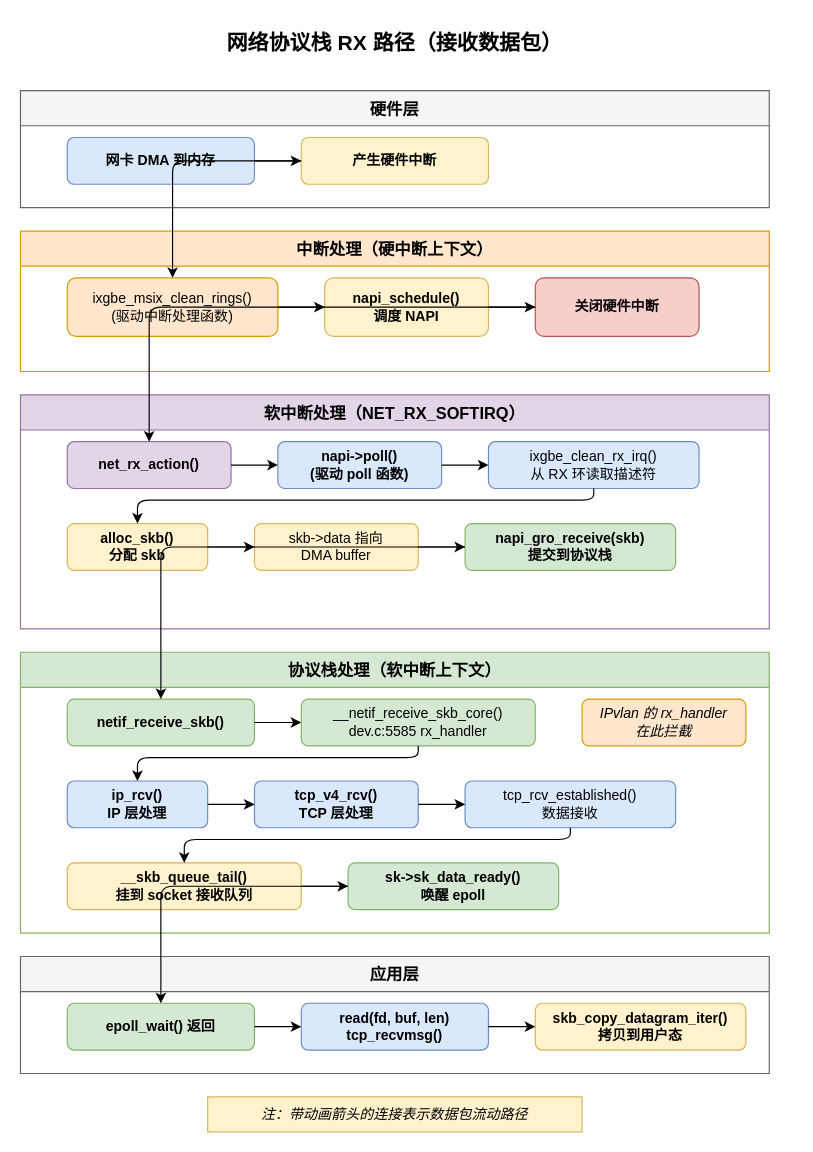
Before: diagrams/rx-path.drawio in fsqHub/docker-sriov-plugin, a draw.io diagram. Source tidied: cells renumbered, new cells numbered last; positions are measured from the earlier drawing's top-left corner, leaving out a move shared by most shapes. Both pictures are drawn from the tidied source at 117%, with x=0, y=0 at pixel (20, 20).
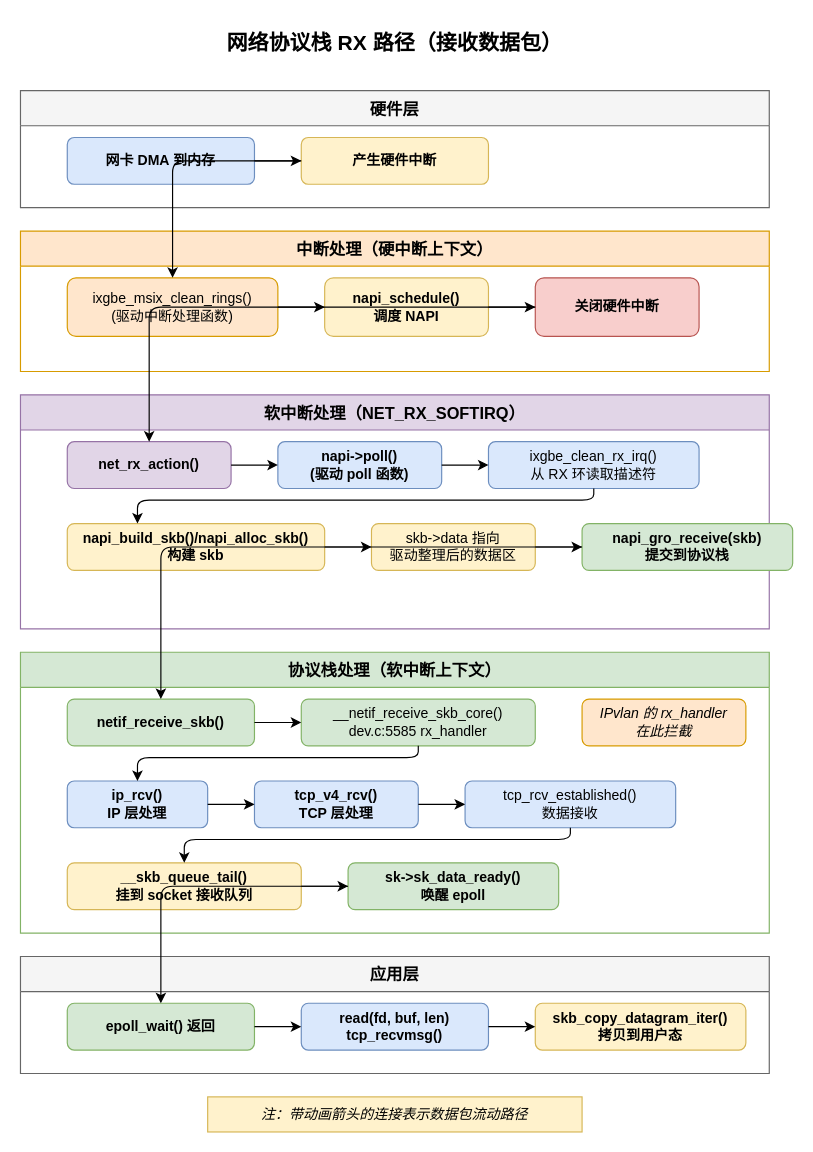
The same page after the edit.

Unchanged cells that the change refers to:
```xml
<mxCell id="13" value="软中断处理（NET_RX_SOFTIRQ）" style="swimlane;startSize=30;fillColor=#e1d5e7;strokeColor=#9673a6;fontStyle=1;fontSize=14;" parent="1" vertex="1">
  <mxGeometry y="320" width="640" height="200" as="geometry" />
</mxCell>
```

What changed in the source:
```diff
@@
-    <mxCell id="17" value="alloc_skb()&#10;分配 skb" style="rounded=1;whiteSpace=wrap;html=1;fillColor=#fff2cc;strokeColor=#d6b656;fontStyle=1;" parent="13" vertex="1">
-      <mxGeometry x="40" y="110" width="120" height="40" as="geometry" />
+    <mxCell id="17" value="napi_build_skb()/napi_alloc_skb()&#10;构建 skb" style="rounded=1;whiteSpace=wrap;html=1;fillColor=#fff2cc;strokeColor=#d6b656;fontStyle=1;" parent="13" vertex="1">
+      <mxGeometry x="40" y="110" width="220" height="40" as="geometry" />
     </mxCell>
-    <mxCell id="18" value="skb-&gt;data 指向&#10;DMA buffer" style="rounded=1;whiteSpace=wrap;html=1;fillColor=#fff2cc;strokeColor=#d6b656;" parent="13" vertex="1">
-      <mxGeometry x="200" y="110" width="140" height="40" as="geometry" />
+    <mxCell id="18" value="skb-&gt;data 指向&#10;驱动整理后的数据区" style="rounded=1;whiteSpace=wrap;html=1;fillColor=#fff2cc;strokeColor=#d6b656;" parent="13" vertex="1">
+      <mxGeometry x="300" y="110" width="140" height="40" as="geometry" />
     </mxCell>
     <mxCell id="19" value="napi_gro_receive(skb)&#10;提交到协议栈" style="rounded=1;whiteSpace=wrap;html=1;fillColor=#d5e8d4;strokeColor=#82b366;fontStyle=1;" parent="13" vertex="1">
-      <mxGeometry x="380" y="110" width="180" height="40" as="geometry" />
+      <mxGeometry x="480" y="110" width="180" height="40" as="geometry" />
     </mxCell>
```
